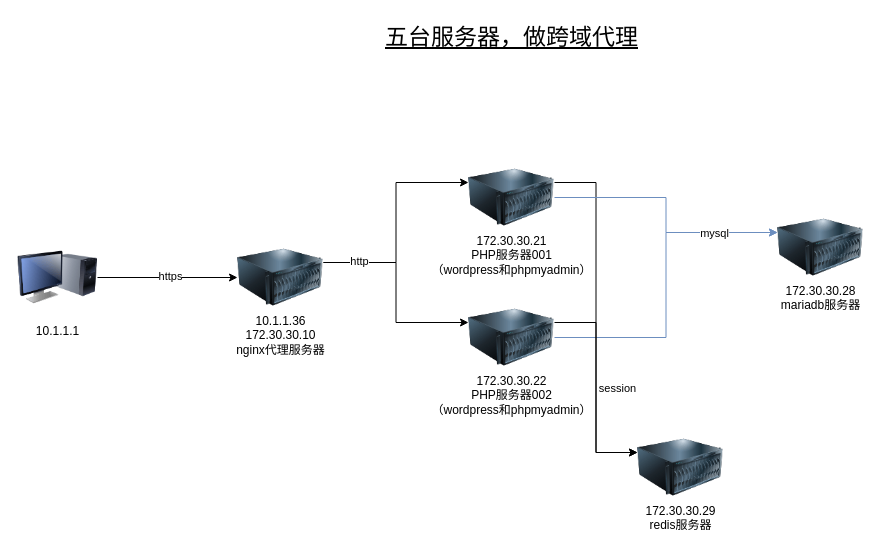
Earlier version of the draw.io diagram 流程图/LNMP.drawio (xiecheesejohn/drawio). Source tidied: cells renumbered, new cells numbered last; positions are measured from the earlier drawing's top-left corner, leaving out a move shared by most shapes. Both pictures are drawn from the tidied source at 100%, with x=0, y=0 at pixel (17, 17).
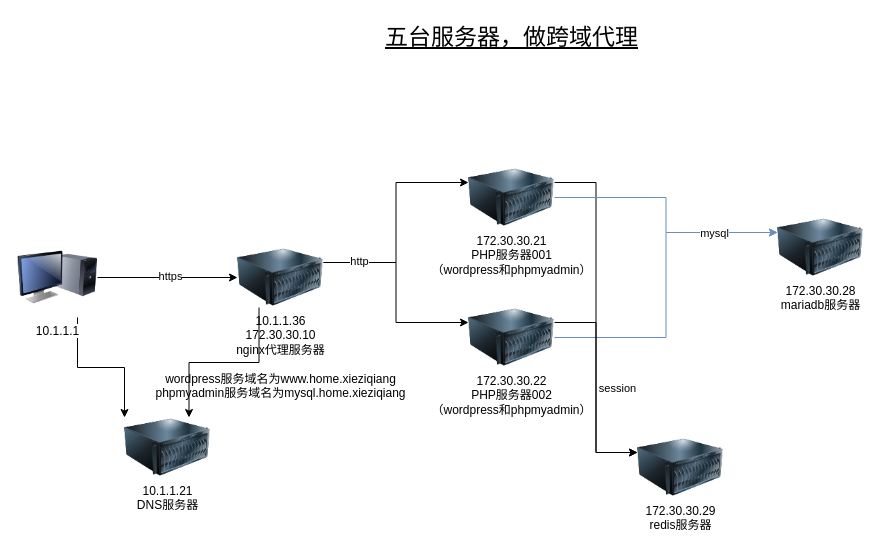
Above is the later version.

Unchanged cells that the change refers to:
```xml
<mxCell id="19" value="10.1.1.1" style="image;html=1;image=img/lib/clip_art/computers/Monitor_Tower_128x128.png;" parent="1" vertex="1">
  <mxGeometry y="220" width="80" height="80" as="geometry" />
</mxCell>
```

Diff of the diagram source:
```diff
@@
+    <mxCell id="20" style="edgeStyle=orthogonalEdgeStyle;rounded=0;jettySize=auto;html=1;exitX=0.25;exitY=1;exitDx=0;exitDy=0;entryX=0.75;entryY=0;entryDx=0;entryDy=0;" parent="1" edge="1" source="6" target="22">
+      <mxGeometry relative="1" as="geometry" />
+    </mxCell>
-    <mxCell id="6" value="10.1.1.36&lt;br&gt;172.30.30.10&lt;br&gt;nginx代理服务器" style="image;html=1;image=img/lib/clip_art/computers/Server_128x128.png;" parent="1" vertex="1">
+    <mxCell id="6" value="10.1.1.36&lt;br&gt;172.30.30.10&lt;div&gt;&lt;div&gt;nginx代理服务器&lt;/div&gt;&lt;/div&gt;&lt;div&gt;&lt;br&gt;&lt;/div&gt;&lt;div&gt;wordpress服务域名为www.home.xieziqiang&lt;/div&gt;&lt;div&gt;phpmyadmin服务域名为mysql.home.xieziqiang&lt;/div&gt;" style="image;html=1;image=img/lib/clip_art/computers/Server_128x128.png;labelBackgroundColor=none;" parent="1" vertex="1">
       <mxGeometry x="220" y="230" width="86" height="60" as="geometry" />
     </mxCell>
@@
+    <mxCell id="21" style="edgeStyle=orthogonalEdgeStyle;rounded=0;jettySize=auto;html=1;exitX=0.75;exitY=1;exitDx=0;exitDy=0;entryX=0;entryY=0;entryDx=0;entryDy=0;" parent="1" edge="1" source="19" target="22">
+      <mxGeometry relative="1" as="geometry" />
+    </mxCell>
@@
+    <mxCell id="22" value="10.1.1.21&lt;br&gt;DNS服务器" style="image;html=1;image=img/lib/clip_art/computers/Server_128x128.png;" parent="1" vertex="1">
+      <mxGeometry x="107" y="400" width="86" height="60" as="geometry" />
+    </mxCell>
```
